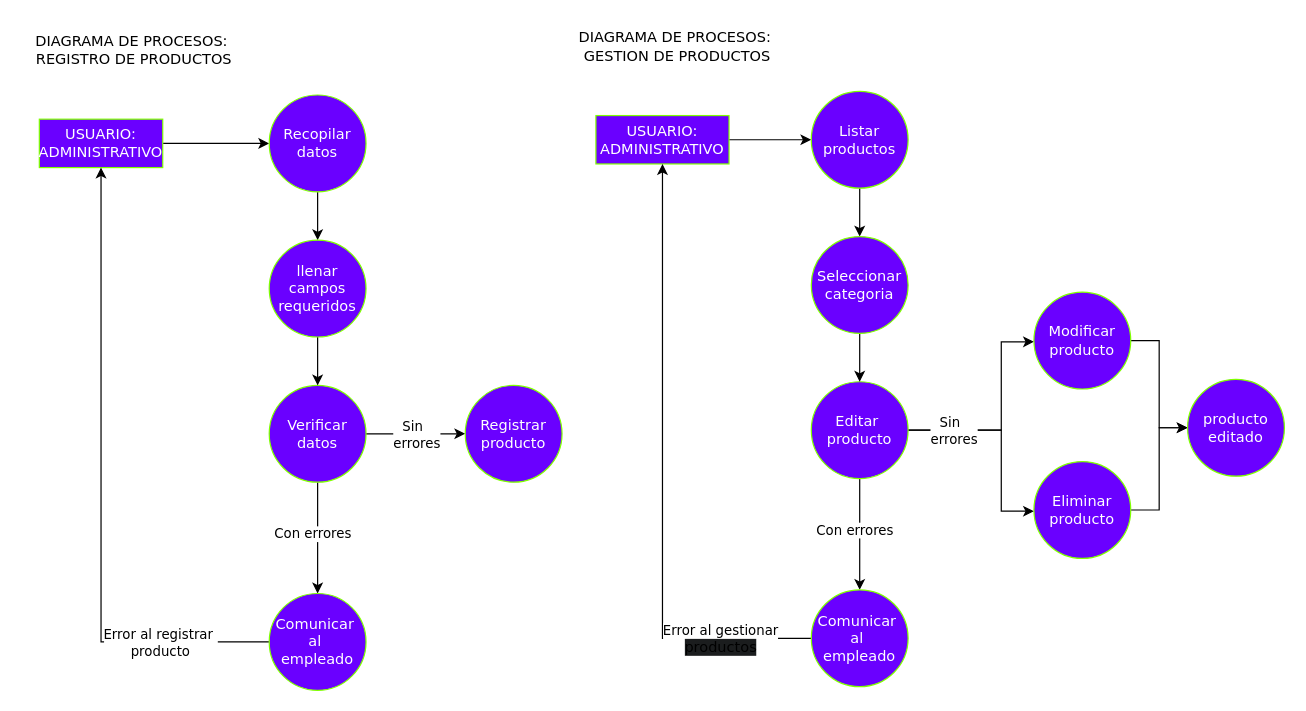
Above: page "REGISTRAR PRODUCTOS" (4 of 6) of diagrama de procesos/Diagrama de procesos.drawio in DevMaik-Droid/SistemaVentas (draw.io), before the change. Source tidied: cells renumbered, new cells numbered last; positions are measured from the earlier drawing's top-left corner, leaving out a move shared by most shapes. Both pictures are drawn from the tidied source at 121%, with x=0, y=0 at pixel (21, 21).
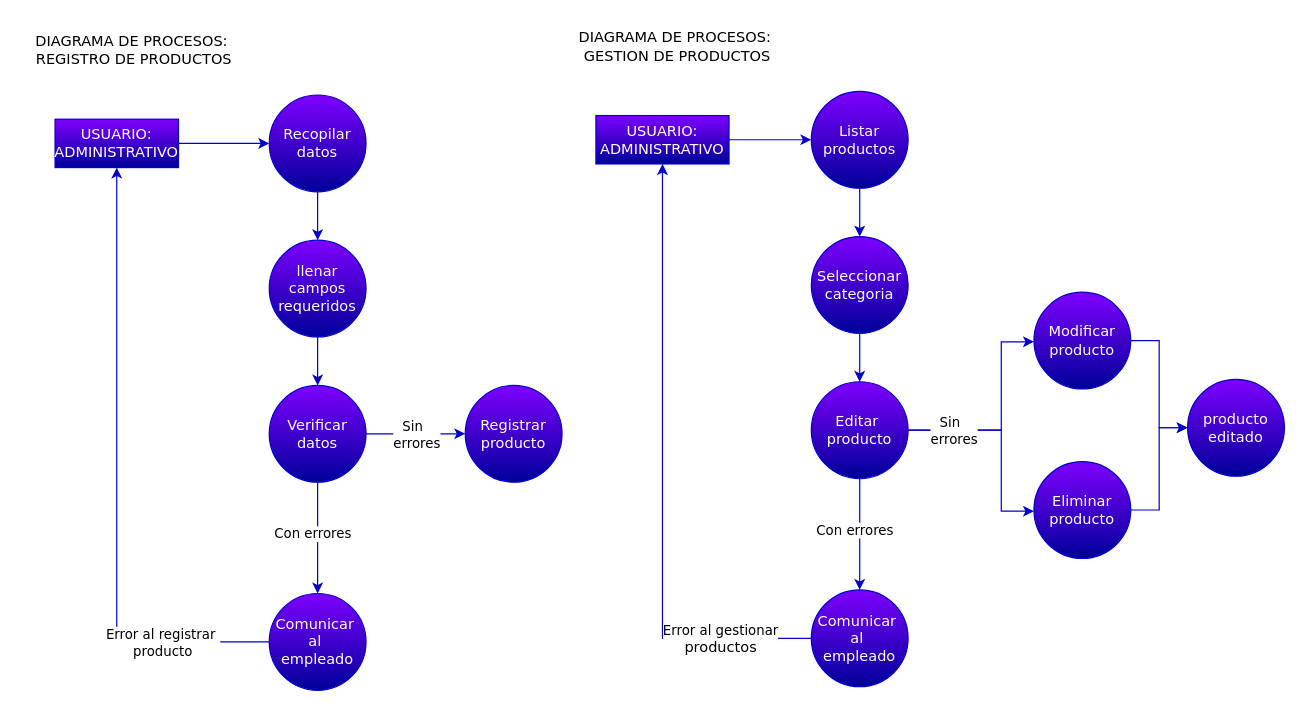
After the change.

Commit message (it also covers changes not shown here):
diagrama de procesos

ya editado denle una leida

What changed in the source:
```diff
@@
-<mxGraphModel>
+<mxGraphModel background="#ffffff">
@@
-    <mxCell id="2" value="DIAGRAMA DE PROCESOS:&amp;nbsp;&lt;div&gt;&lt;span style=&quot;background-color: initial;&quot;&gt;REGISTRO DE PRODUCTOS&lt;/span&gt;&lt;/div&gt;" style="text;html=1;align=center;verticalAlign=middle;strokeColor=none;fillColor=none;fontFamily=Verdana;" parent="1" vertex="1">
+    <mxCell id="2" value="DIAGRAMA DE PROCESOS:&amp;nbsp;&lt;div&gt;&lt;span style=&quot;background-color: initial;&quot;&gt;REGISTRO DE PRODUCTOS&lt;/span&gt;&lt;/div&gt;" style="text;html=1;align=center;verticalAlign=middle;strokeColor=none;fillColor=none;fontFamily=Verdana;fontColor=#000000;" parent="1" vertex="1">
       <mxGeometry y="3" width="186" height="41" as="geometry" />
     </mxCell>
-    <mxCell id="3" style="edgeStyle=orthogonalEdgeStyle;rounded=0;jettySize=auto;html=1;fontFamily=Verdana;" parent="1" edge="1" source="4" target="6">
+    <mxCell id="3" style="edgeStyle=orthogonalEdgeStyle;rounded=0;jettySize=auto;html=1;fontFamily=Verdana;strokeColor=#0000CC;" parent="1" edge="1" source="4" target="6">
       <mxGeometry relative="1" as="geometry" />
     </mxCell>
-    <mxCell id="4" value="USUARIO:&lt;div&gt;ADMINISTRATIVO&lt;/div&gt;" style="whiteSpace=wrap;html=1;fillColor=#6a00ff;fontColor=#ffffff;strokeColor=#80FF00;fontFamily=Verdana;" parent="1" vertex="1">
-      <mxGeometry x="15" y="81" width="102" height="40" as="geometry" />
+    <mxCell id="4" value="USUARIO:&lt;div&gt;ADMINISTRATIVO&lt;/div&gt;" style="whiteSpace=wrap;html=1;fillColor=#7F00FF;fontColor=#ffffff;strokeColor=#0000CC;fontFamily=Verdana;gradientColor=#000099;" parent="1" vertex="1">
+      <mxGeometry x="28" y="81" width="102" height="40" as="geometry" />
     </mxCell>
-    <mxCell id="5" style="edgeStyle=orthogonalEdgeStyle;rounded=0;jettySize=auto;html=1;fontFamily=Verdana;" parent="1" edge="1" source="6" target="17">
+    <mxCell id="5" style="edgeStyle=orthogonalEdgeStyle;rounded=0;jettySize=auto;html=1;fontFamily=Verdana;strokeColor=#0000CC;" parent="1" edge="1" source="6" target="17">
       <mxGeometry relative="1" as="geometry" />
     </mxCell>
-    <mxCell id="6" value="&lt;div&gt;Recopilar&lt;/div&gt;&lt;div&gt;datos&lt;/div&gt;" style="ellipse;whiteSpace=wrap;html=1;fillColor=#6a00ff;fontColor=#ffffff;strokeColor=#80FF00;fontFamily=Verdana;" parent="1" vertex="1">
+    <mxCell id="6" value="&lt;div&gt;Recopilar&lt;/div&gt;&lt;div&gt;datos&lt;/div&gt;" style="ellipse;whiteSpace=wrap;html=1;fillColor=#7F00FF;fontColor=#ffffff;strokeColor=#0000CC;fontFamily=Verdana;gradientColor=#000099;" parent="1" vertex="1">
       <mxGeometry x="205" y="61" width="80" height="80" as="geometry" />
     </mxCell>
-    <mxCell id="7" style="edgeStyle=orthogonalEdgeStyle;rounded=0;jettySize=auto;html=1;fontFamily=Verdana;" parent="1" edge="1" source="11" target="14">
+    <mxCell id="7" style="edgeStyle=orthogonalEdgeStyle;rounded=0;jettySize=auto;html=1;fontFamily=Verdana;strokeColor=#0000CC;" parent="1" edge="1" source="11" target="14">
       <mxGeometry relative="1" as="geometry" />
     </mxCell>
-    <mxCell id="8" value="Con errores" style="edgeLabel;html=1;align=center;verticalAlign=middle;fontFamily=Verdana;" parent="7" vertex="1">
+    <mxCell id="8" value="Con errores" style="edgeLabel;html=1;align=center;verticalAlign=middle;fontFamily=Verdana;fontColor=#000000;labelBackgroundColor=#FFFFFF;" parent="7" vertex="1">
       <mxGeometry x="-0.39" y="-4" relative="1" as="geometry">
         <mxPoint x="-1" y="14" as="offset" />
       </mxGeometry>
     </mxCell>
-    <mxCell id="9" style="edgeStyle=orthogonalEdgeStyle;rounded=0;jettySize=auto;html=1;fontFamily=Verdana;" parent="1" edge="1" source="11" target="15">
+    <mxCell id="9" style="edgeStyle=orthogonalEdgeStyle;rounded=0;jettySize=auto;html=1;fontFamily=Verdana;strokeColor=#0000CC;" parent="1" edge="1" source="11" target="15">
       <mxGeometry relative="1" as="geometry" />
     </mxCell>
-    <mxCell id="10" value="Sin&amp;nbsp;&amp;nbsp;&lt;div&gt;errores&lt;/div&gt;" style="edgeLabel;html=1;align=center;verticalAlign=middle;fontFamily=Verdana;" parent="9" vertex="1">
+    <mxCell id="10" value="Sin&amp;nbsp;&amp;nbsp;&lt;div&gt;errores&lt;/div&gt;" style="edgeLabel;html=1;align=center;verticalAlign=middle;fontFamily=Verdana;fontColor=#000000;labelBackgroundColor=#FFFFFF;" parent="9" vertex="1">
       <mxGeometry x="-0.25" y="-2" relative="1" as="geometry">
         <mxPoint x="10" y="-2" as="offset" />
       </mxGeometry>
     </mxCell>
-    <mxCell id="11" value="Verificar&lt;div&gt;datos&lt;/div&gt;" style="ellipse;whiteSpace=wrap;html=1;fillColor=#6a00ff;fontColor=#ffffff;strokeColor=#80FF00;fontFamily=Verdana;" parent="1" vertex="1">
+    <mxCell id="11" value="Verificar&lt;div&gt;datos&lt;/div&gt;" style="ellipse;whiteSpace=wrap;html=1;fillColor=#7F00FF;fontColor=#ffffff;strokeColor=#0000CC;fontFamily=Verdana;gradientColor=#000099;" parent="1" vertex="1">
       <mxGeometry x="205" y="301" width="80" height="80" as="geometry" />
     </mxCell>
-    <mxCell id="12" style="edgeStyle=orthogonalEdgeStyle;rounded=0;jettySize=auto;html=1;exitX=0;exitY=0.5;exitDx=0;exitDy=0;entryX=0.5;entryY=1;entryDx=0;entryDy=0;fontFamily=Verdana;" parent="1" edge="1" source="14" target="4">
+    <mxCell id="12" style="edgeStyle=orthogonalEdgeStyle;rounded=0;jettySize=auto;html=1;exitX=0;exitY=0.5;exitDx=0;exitDy=0;entryX=0.5;entryY=1;entryDx=0;entryDy=0;fontFamily=Verdana;strokeColor=#0000CC;" parent="1" edge="1" source="14" target="4">
       <mxGeometry relative="1" as="geometry" />
     </mxCell>
-    <mxCell id="13" value="Error al registrar&amp;nbsp;&lt;div&gt;producto&lt;/div&gt;" style="edgeLabel;html=1;align=center;verticalAlign=middle;fontFamily=Verdana;" parent="12" vertex="1">
+    <mxCell id="13" value="Error al registrar&amp;nbsp;&lt;div&gt;producto&lt;/div&gt;" style="edgeLabel;html=1;align=center;verticalAlign=middle;fontFamily=Verdana;fontColor=#000000;labelBackgroundColor=#FFFFFF;" parent="12" vertex="1">
       <mxGeometry x="-0.55" y="-4" relative="1" as="geometry">
         <mxPoint x="28" y="4" as="offset" />
       </mxGeometry>
     </mxCell>
-    <mxCell id="14" value="Comunicar&amp;nbsp;&lt;div&gt;al&amp;nbsp; empleado&lt;/div&gt;" style="ellipse;whiteSpace=wrap;html=1;fillColor=#6a00ff;fontColor=#ffffff;strokeColor=#80FF00;fontFamily=Verdana;" parent="1" vertex="1">
+    <mxCell id="14" value="Comunicar&amp;nbsp;&lt;div&gt;al&amp;nbsp; empleado&lt;/div&gt;" style="ellipse;whiteSpace=wrap;html=1;fillColor=#7F00FF;fontColor=#ffffff;strokeColor=#0000CC;fontFamily=Verdana;gradientColor=#000099;" parent="1" vertex="1">
       <mxGeometry x="205" y="473" width="80" height="80" as="geometry" />
     </mxCell>
-    <mxCell id="15" value="Registrar&lt;div&gt;producto&lt;/div&gt;" style="ellipse;whiteSpace=wrap;html=1;fillColor=#6a00ff;fontColor=#ffffff;strokeColor=#80FF00;fontFamily=Verdana;" parent="1" vertex="1">
+    <mxCell id="15" value="Registrar&lt;div&gt;producto&lt;/div&gt;" style="ellipse;whiteSpace=wrap;html=1;fillColor=#7F00FF;fontColor=#ffffff;strokeColor=#0000CC;fontFamily=Verdana;gradientColor=#000099;" parent="1" vertex="1">
       <mxGeometry x="367" y="301" width="80" height="80" as="geometry" />
     </mxCell>
-    <mxCell id="16" style="edgeStyle=orthogonalEdgeStyle;rounded=0;jettySize=auto;html=1;fontFamily=Verdana;" parent="1" edge="1" source="17" target="11">
+    <mxCell id="16" style="edgeStyle=orthogonalEdgeStyle;rounded=0;jettySize=auto;html=1;fontFamily=Verdana;strokeColor=#0000CC;" parent="1" edge="1" source="17" target="11">
       <mxGeometry relative="1" as="geometry" />
     </mxCell>
-    <mxCell id="17" value="&lt;div&gt;llenar&lt;/div&gt;&lt;div&gt;campos requeridos&lt;/div&gt;" style="ellipse;whiteSpace=wrap;html=1;fillColor=#6a00ff;fontColor=#ffffff;strokeColor=#80FF00;fontFamily=Verdana;" parent="1" vertex="1">
+    <mxCell id="17" value="&lt;div&gt;llenar&lt;/div&gt;&lt;div&gt;campos requeridos&lt;/div&gt;" style="ellipse;whiteSpace=wrap;html=1;fillColor=#7F00FF;fontColor=#ffffff;strokeColor=#0000CC;fontFamily=Verdana;gradientColor=#000099;" parent="1" vertex="1">
       <mxGeometry x="205" y="181" width="80" height="80" as="geometry" />
     </mxCell>
-    <mxCell id="18" value="DIAGRAMA DE PROCESOS:&amp;nbsp;&lt;div&gt;&lt;span style=&quot;background-color: initial;&quot;&gt;GESTION DE PRODUCTOS&lt;/span&gt;&lt;/div&gt;" style="text;html=1;align=center;verticalAlign=middle;strokeColor=none;fillColor=none;fontFamily=Verdana;" parent="1" vertex="1">
+    <mxCell id="18" value="DIAGRAMA DE PROCESOS:&amp;nbsp;&lt;div&gt;&lt;span style=&quot;background-color: initial;&quot;&gt;GESTION DE PRODUCTOS&lt;/span&gt;&lt;/div&gt;" style="text;html=1;align=center;verticalAlign=middle;strokeColor=none;fillColor=none;fontFamily=Verdana;fontColor=#000000;" parent="1" vertex="1">
       <mxGeometry x="449" width="186" height="41" as="geometry" />
     </mxCell>
-    <mxCell id="19" style="edgeStyle=orthogonalEdgeStyle;rounded=0;jettySize=auto;html=1;fontFamily=Verdana;" parent="1" edge="1" source="20" target="22">
+    <mxCell id="19" style="edgeStyle=orthogonalEdgeStyle;rounded=0;jettySize=auto;html=1;fontFamily=Verdana;strokeColor=#0000CC;" parent="1" edge="1" source="20" target="22">
       <mxGeometry relative="1" as="geometry" />
     </mxCell>
-    <mxCell id="20" value="USUARIO:&lt;div&gt;ADMINISTRATIVO&lt;/div&gt;" style="whiteSpace=wrap;html=1;fillColor=#6a00ff;fontColor=#ffffff;strokeColor=#80FF00;fontFamily=Verdana;" parent="1" vertex="1">
+    <mxCell id="20" value="USUARIO:&lt;div&gt;ADMINISTRATIVO&lt;/div&gt;" style="whiteSpace=wrap;html=1;fillColor=#7F00FF;fontColor=#ffffff;strokeColor=#0000CC;fontFamily=Verdana;gradientColor=#000099;" parent="1" vertex="1">
       <mxGeometry x="475" y="78" width="110" height="40" as="geometry" />
     </mxCell>
-    <mxCell id="21" style="edgeStyle=orthogonalEdgeStyle;rounded=0;jettySize=auto;html=1;fontFamily=Verdana;" parent="1" edge="1" source="22" target="35">
+    <mxCell id="21" style="edgeStyle=orthogonalEdgeStyle;rounded=0;jettySize=auto;html=1;fontFamily=Verdana;strokeColor=#0000CC;" parent="1" edge="1" source="22" target="35">
       <mxGeometry relative="1" as="geometry" />
     </mxCell>
-    <mxCell id="22" value="Listar&lt;div&gt;productos&lt;/div&gt;" style="ellipse;whiteSpace=wrap;html=1;fillColor=#6a00ff;fontColor=#ffffff;strokeColor=#80FF00;fontFamily=Verdana;" parent="1" vertex="1">
+    <mxCell id="22" value="Listar&lt;div&gt;productos&lt;/div&gt;" style="ellipse;whiteSpace=wrap;html=1;fillColor=#7F00FF;fontColor=#ffffff;strokeColor=#0000CC;fontFamily=Verdana;gradientColor=#000099;" parent="1" vertex="1">
       <mxGeometry x="653" y="58" width="80" height="80" as="geometry" />
     </mxCell>
-    <mxCell id="23" style="edgeStyle=orthogonalEdgeStyle;rounded=0;jettySize=auto;html=1;fontFamily=Verdana;" parent="1" edge="1" source="28" target="31">
+    <mxCell id="23" style="edgeStyle=orthogonalEdgeStyle;rounded=0;jettySize=auto;html=1;fontFamily=Verdana;strokeColor=#0000CC;" parent="1" edge="1" source="28" target="31">
       <mxGeometry relative="1" as="geometry" />
     </mxCell>
-    <mxCell id="24" value="Con errores" style="edgeLabel;html=1;align=center;verticalAlign=middle;fontFamily=Verdana;" parent="23" vertex="1">
+    <mxCell id="24" value="Con errores" style="edgeLabel;html=1;align=center;verticalAlign=middle;fontFamily=Verdana;fontColor=#000000;labelBackgroundColor=#FFFFFF;" parent="23" vertex="1">
       <mxGeometry x="-0.39" y="-4" relative="1" as="geometry">
         <mxPoint x="-1" y="14" as="offset" />
       </mxGeometry>
     </mxCell>
-    <mxCell id="25" style="edgeStyle=orthogonalEdgeStyle;rounded=0;jettySize=auto;html=1;fontFamily=Verdana;" parent="1" edge="1" source="28" target="33">
+    <mxCell id="25" style="edgeStyle=orthogonalEdgeStyle;rounded=0;jettySize=auto;html=1;fontFamily=Verdana;strokeColor=#0000CC;" parent="1" edge="1" source="28" target="33">
       <mxGeometry relative="1" as="geometry">
         <Array as="points">
           <mxPoint x="810" y="338" />
           <mxPoint x="810" y="265" />
         </Array>
       </mxGeometry>
     </mxCell>
-    <mxCell id="26" style="edgeStyle=orthogonalEdgeStyle;rounded=0;jettySize=auto;html=1;fontFamily=Verdana;" parent="1" edge="1" source="28" target="37">
+    <mxCell id="26" style="edgeStyle=orthogonalEdgeStyle;rounded=0;jettySize=auto;html=1;fontFamily=Verdana;strokeColor=#0000CC;" parent="1" edge="1" source="28" target="37">
       <mxGeometry relative="1" as="geometry">
         <Array as="points">
           <mxPoint x="810" y="338" />
           <mxPoint x="810" y="405" />
         </Array>
       </mxGeometry>
     </mxCell>
-    <mxCell id="27" value="Sin&amp;nbsp;&amp;nbsp;&lt;div&gt;errores&lt;/div&gt;" style="edgeLabel;html=1;align=center;verticalAlign=middle;fontFamily=Verdana;" parent="26" vertex="1">
+    <mxCell id="27" value="Sin&amp;nbsp;&amp;nbsp;&lt;div&gt;errores&lt;/div&gt;" style="edgeLabel;html=1;align=center;verticalAlign=middle;fontFamily=Verdana;fontColor=#000000;labelBackgroundColor=#FFFFFF;" parent="26" vertex="1">
       <mxGeometry x="-0.46" relative="1" as="geometry">
         <mxPoint x="-9" as="offset" />
       </mxGeometry>
     </mxCell>
-    <mxCell id="28" value="Editar&amp;nbsp;&lt;div&gt;producto&lt;/div&gt;" style="ellipse;whiteSpace=wrap;html=1;fillColor=#6a00ff;fontColor=#ffffff;strokeColor=#80FF00;fontFamily=Verdana;" parent="1" vertex="1">
+    <mxCell id="28" value="Editar&amp;nbsp;&lt;div&gt;producto&lt;/div&gt;" style="ellipse;whiteSpace=wrap;html=1;fillColor=#7F00FF;fontColor=#ffffff;strokeColor=#0000CC;fontFamily=Verdana;gradientColor=#000099;" parent="1" vertex="1">
       <mxGeometry x="653" y="298" width="80" height="80" as="geometry" />
     </mxCell>
-    <mxCell id="29" style="edgeStyle=orthogonalEdgeStyle;rounded=0;jettySize=auto;html=1;exitX=0;exitY=0.5;exitDx=0;exitDy=0;entryX=0.5;entryY=1;entryDx=0;entryDy=0;fontFamily=Verdana;" parent="1" edge="1" source="31" target="20">
+    <mxCell id="29" style="edgeStyle=orthogonalEdgeStyle;rounded=0;jettySize=auto;html=1;exitX=0;exitY=0.5;exitDx=0;exitDy=0;entryX=0.5;entryY=1;entryDx=0;entryDy=0;fontFamily=Verdana;strokeColor=#0000CC;" parent="1" edge="1" source="31" target="20">
       <mxGeometry relative="1" as="geometry" />
     </mxCell>
-    <mxCell id="30" value="Error al gestionar&lt;div&gt;&lt;span style=&quot;background-color: rgb(27, 29, 30); font-size: 12px; text-wrap: wrap;&quot;&gt;productos&lt;/span&gt;&lt;/div&gt;" style="edgeLabel;html=1;align=center;verticalAlign=middle;fontFamily=Verdana;" parent="29" vertex="1">
+    <mxCell id="30" value="Error al gestionar&lt;div&gt;&lt;span style=&quot;font-size: 12px; text-wrap: wrap;&quot;&gt;productos&lt;/span&gt;&lt;/div&gt;" style="edgeLabel;html=1;align=center;verticalAlign=middle;fontFamily=Verdana;fontColor=#000000;labelBackgroundColor=#FFFFFF;" parent="29" vertex="1">
       <mxGeometry x="-0.55" y="-4" relative="1" as="geometry">
         <mxPoint x="40" y="4" as="offset" />
       </mxGeometry>
     </mxCell>
-    <mxCell id="31" value="Comunicar&amp;nbsp;&lt;div&gt;al&amp;nbsp; empleado&lt;/div&gt;" style="ellipse;whiteSpace=wrap;html=1;fillColor=#6a00ff;fontColor=#ffffff;strokeColor=#80FF00;fontFamily=Verdana;" parent="1" vertex="1">
+    <mxCell id="31" value="Comunicar&amp;nbsp;&lt;div&gt;al&amp;nbsp; empleado&lt;/div&gt;" style="ellipse;whiteSpace=wrap;html=1;fillColor=#7F00FF;fontColor=#ffffff;strokeColor=#0000CC;fontFamily=Verdana;gradientColor=#000099;" parent="1" vertex="1">
       <mxGeometry x="653" y="470" width="80" height="80" as="geometry" />
     </mxCell>
-    <mxCell id="32" style="edgeStyle=orthogonalEdgeStyle;rounded=0;jettySize=auto;html=1;fontFamily=Verdana;" parent="1" edge="1" source="33" target="38">
+    <mxCell id="32" style="edgeStyle=orthogonalEdgeStyle;rounded=0;jettySize=auto;html=1;fontFamily=Verdana;strokeColor=#0000CC;" parent="1" edge="1" source="33" target="38">
       <mxGeometry relative="1" as="geometry" />
     </mxCell>
-    <mxCell id="33" value="&lt;div&gt;Modificar&lt;/div&gt;&lt;div&gt;producto&lt;br&gt;&lt;/div&gt;" style="ellipse;whiteSpace=wrap;html=1;fillColor=#6a00ff;fontColor=#ffffff;strokeColor=#80FF00;fontFamily=Verdana;" parent="1" vertex="1">
+    <mxCell id="33" value="&lt;div&gt;Modificar&lt;/div&gt;&lt;div&gt;producto&lt;br&gt;&lt;/div&gt;" style="ellipse;whiteSpace=wrap;html=1;fillColor=#7F00FF;fontColor=#ffffff;strokeColor=#0000CC;fontFamily=Verdana;gradientColor=#000099;" parent="1" vertex="1">
       <mxGeometry x="837" y="224" width="80" height="80" as="geometry" />
     </mxCell>
-    <mxCell id="34" style="edgeStyle=orthogonalEdgeStyle;rounded=0;jettySize=auto;html=1;fontFamily=Verdana;" parent="1" edge="1" source="35" target="28">
+    <mxCell id="34" style="edgeStyle=orthogonalEdgeStyle;rounded=0;jettySize=auto;html=1;fontFamily=Verdana;strokeColor=#0000CC;" parent="1" edge="1" source="35" target="28">
       <mxGeometry relative="1" as="geometry" />
     </mxCell>
-    <mxCell id="35" value="&lt;div&gt;Seleccionar&lt;/div&gt;&lt;div&gt;categoria&lt;/div&gt;" style="ellipse;whiteSpace=wrap;html=1;fillColor=#6a00ff;fontColor=#ffffff;strokeColor=#80FF00;fontFamily=Verdana;" parent="1" vertex="1">
+    <mxCell id="35" value="&lt;div&gt;Seleccionar&lt;/div&gt;&lt;div&gt;categoria&lt;/div&gt;" style="ellipse;whiteSpace=wrap;html=1;fillColor=#7F00FF;fontColor=#ffffff;strokeColor=#0000CC;fontFamily=Verdana;gradientColor=#000099;" parent="1" vertex="1">
       <mxGeometry x="653" y="178" width="80" height="80" as="geometry" />
     </mxCell>
-    <mxCell id="36" style="edgeStyle=orthogonalEdgeStyle;rounded=0;jettySize=auto;html=1;fontFamily=Verdana;" parent="1" edge="1" source="37" target="38">
+    <mxCell id="36" style="edgeStyle=orthogonalEdgeStyle;rounded=0;jettySize=auto;html=1;fontFamily=Verdana;strokeColor=#0000CC;" parent="1" edge="1" source="37" target="38">
       <mxGeometry relative="1" as="geometry" />
     </mxCell>
-    <mxCell id="37" value="Eliminar&lt;div&gt;producto&lt;br&gt;&lt;/div&gt;" style="ellipse;whiteSpace=wrap;html=1;fillColor=#6a00ff;fontColor=#ffffff;strokeColor=#80FF00;fontFamily=Verdana;" parent="1" vertex="1">
+    <mxCell id="37" value="Eliminar&lt;div&gt;producto&lt;br&gt;&lt;/div&gt;" style="ellipse;whiteSpace=wrap;html=1;fillColor=#7F00FF;fontColor=#ffffff;strokeColor=#0000CC;fontFamily=Verdana;gradientColor=#000099;" parent="1" vertex="1">
       <mxGeometry x="837" y="364" width="80" height="80" as="geometry" />
     </mxCell>
-    <mxCell id="38" value="&lt;div&gt;producto&lt;br&gt;&lt;/div&gt;&lt;div&gt;editado&lt;/div&gt;" style="ellipse;whiteSpace=wrap;html=1;fillColor=#6a00ff;fontColor=#ffffff;strokeColor=#80FF00;fontFamily=Verdana;" parent="1" vertex="1">
+    <mxCell id="38" value="&lt;div&gt;producto&lt;br&gt;&lt;/div&gt;&lt;div&gt;editado&lt;/div&gt;" style="ellipse;whiteSpace=wrap;html=1;fillColor=#7F00FF;fontColor=#ffffff;strokeColor=#0000CC;fontFamily=Verdana;gradientColor=#000099;" parent="1" vertex="1">
       <mxGeometry x="964" y="296" width="80" height="80" as="geometry" />
     </mxCell>
```
